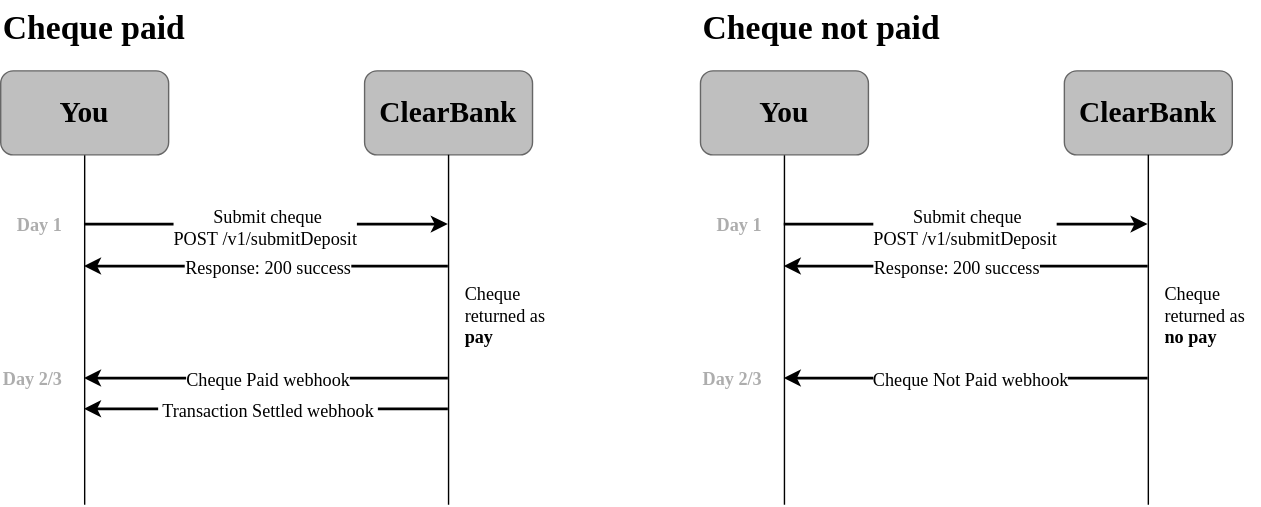
clearbank/clearbank.github.io keeps this draw.io diagram as static/assets/images/cheque_endpoint_old.svg. Above is the earlier version. Source tidied: cells renumbered, new cells last; positions are measured from the earlier drawing's top-left corner, leaving out a move shared by most shapes.
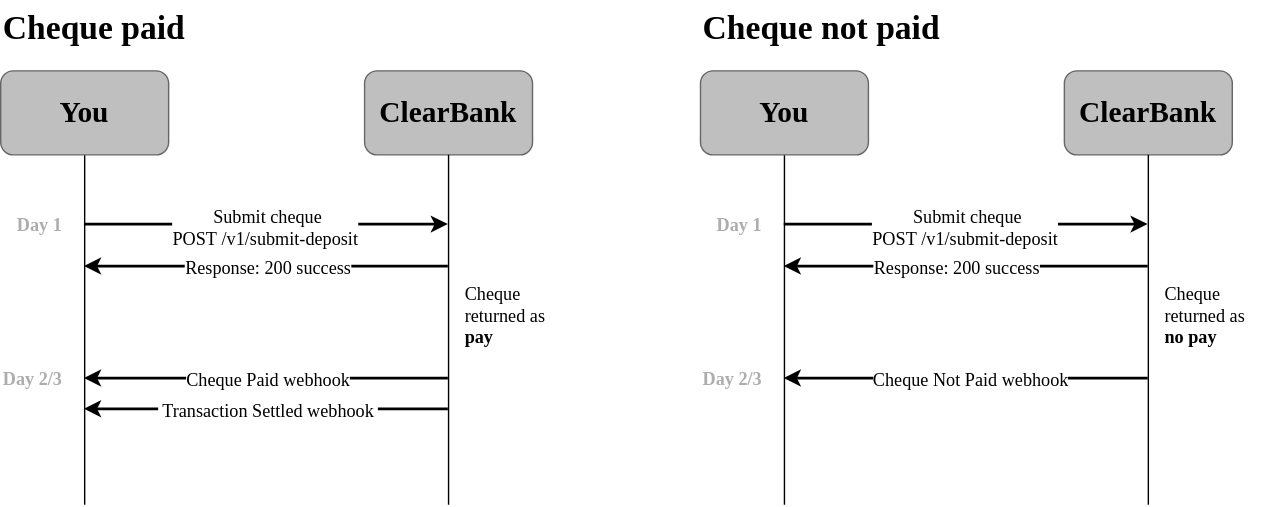
Above is the later version.

What changed in the source:
```diff
@@ -19,7 +19,7 @@
         <mxPoint x="320" y="160" as="targetPoint" />
       </mxGeometry>
     </mxCell>
-    <mxCell id="6" value="&amp;nbsp;Submit cheque&lt;br style=&quot;font-size: 13px;&quot;&gt;POST&amp;nbsp;/v1/submitDeposit" style="edgeLabel;html=1;align=center;verticalAlign=middle;fontFamily=Clear Sans Text;fontSize=13;" parent="5" vertex="1">
+    <mxCell id="6" value="&amp;nbsp;Submit cheque&lt;br style=&quot;font-size: 13px;&quot;&gt;POST&amp;nbsp;/v1/submit-d&lt;span style=&quot;background-color: light-dark(#ffffff, var(--ge-dark-color, #121212)); color: light-dark(rgb(0, 0, 0), rgb(255, 255, 255));&quot;&gt;eposit&lt;/span&gt;" style="edgeLabel;html=1;align=center;verticalAlign=middle;fontFamily=Clear Sans Text;fontSize=13;" parent="5" vertex="1">
       <mxGeometry x="0.09" y="-1" relative="1" as="geometry">
         <mxPoint x="-13" as="offset" />
       </mxGeometry>
@@ -41,7 +41,7 @@
         <mxPoint x="820" y="160" as="targetPoint" />
       </mxGeometry>
     </mxCell>
-    <mxCell id="11" value="&amp;nbsp;Submit cheque&lt;br style=&quot;border-color: var(--border-color); font-size: 13px;&quot;&gt;&lt;span style=&quot;border-color: var(--border-color); font-size: 13px;&quot;&gt;POST&amp;nbsp;/v1/submitDeposit&lt;/span&gt;" style="edgeLabel;html=1;align=center;verticalAlign=middle;fontFamily=Clear Sans Text;fontSize=13;" parent="10" vertex="1">
+    <mxCell id="11" value="&amp;nbsp;Submit cheque&lt;br style=&quot;border-color: var(--border-color); font-size: 13px;&quot;&gt;&lt;span style=&quot;border-color: var(--border-color); font-size: 13px;&quot;&gt;POST&amp;nbsp;/v1/submit-deposit&lt;/span&gt;" style="edgeLabel;html=1;align=center;verticalAlign=middle;fontFamily=Clear Sans Text;fontSize=13;" parent="10" vertex="1">
       <mxGeometry x="0.09" y="-1" relative="1" as="geometry">
         <mxPoint x="-13" as="offset" />
       </mxGeometry>
```
